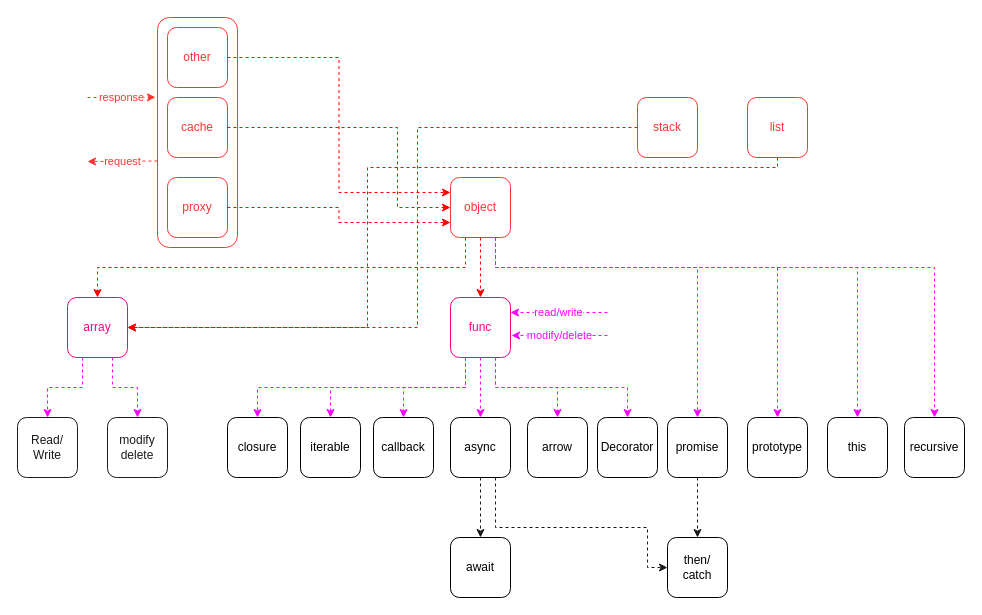
The draw.io diagram page "obj-mind-map" (4 of 7) of background-flutter/JS难点/Func/Arr/Obj.drawio in hexipei/draw.io, before the edit. Source tidied: cells renumbered, new cells numbered last; positions are measured from the earlier drawing's top-left corner, leaving out a move shared by most shapes. Both pictures are drawn from the tidied source at 100%, with x=0, y=0 at pixel (17, 17).
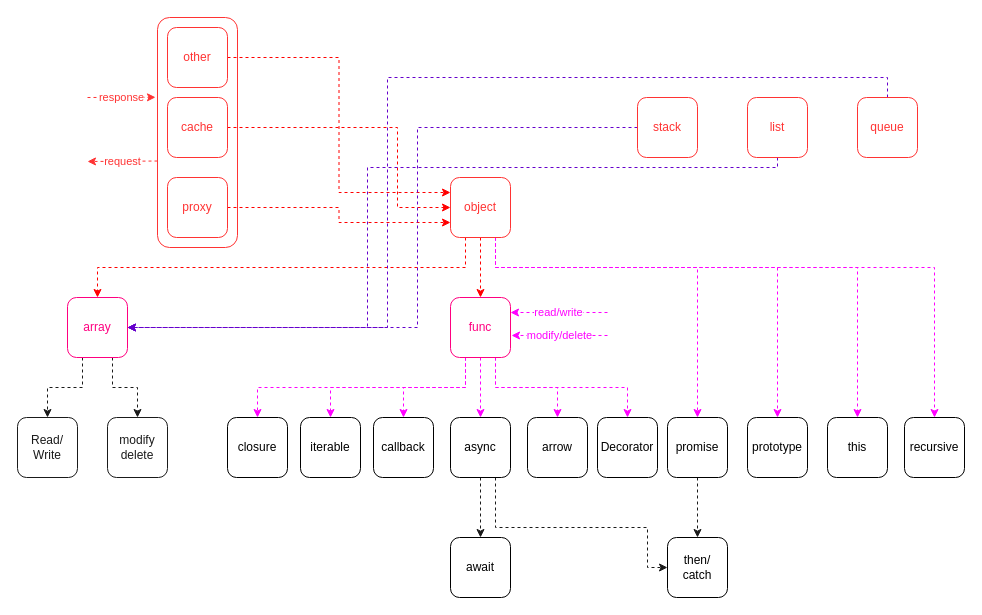
The same page after the edit.

The change refers to these unchanged cells:
```xml
<mxCell id="12" value="array" style="rounded=1;whiteSpace=wrap;html=1;fontColor=#FF0080;strokeColor=#FF0080;" parent="1" vertex="1">
  <mxGeometry x="50" y="280" width="60" height="60" as="geometry" />
</mxCell>
<mxCell id="43" value="stack" style="rounded=1;whiteSpace=wrap;html=1;strokeColor=#FF3333;fontColor=#FF3333;" parent="1" vertex="1">
  <mxGeometry x="620" y="80" width="60" height="60" as="geometry" />
</mxCell>
<mxCell id="45" value="list" style="rounded=1;whiteSpace=wrap;html=1;strokeColor=#FF3333;fontColor=#FF3333;" parent="1" vertex="1">
  <mxGeometry x="730" y="80" width="60" height="60" as="geometry" />
</mxCell>
<mxCell id="47" value="Read/&lt;br&gt;Write" style="rounded=1;whiteSpace=wrap;html=1;fontColor=#1A1A1A;strokeColor=#1A1A1A;" parent="1" vertex="1">
  <mxGeometry y="400" width="60" height="60" as="geometry" />
</mxCell>
<mxCell id="48" value="modify&lt;br&gt;delete" style="rounded=1;whiteSpace=wrap;html=1;fontColor=#1A1A1A;strokeColor=#1A1A1A;" parent="1" vertex="1">
  <mxGeometry x="90" y="400" width="60" height="60" as="geometry" />
</mxCell>
```

Diff of the diagram source:
```diff
@@
-    <mxCell id="10" style="edgeStyle=orthogonalEdgeStyle;rounded=0;jettySize=auto;html=1;exitX=0.25;exitY=1;exitDx=0;exitDy=0;entryX=0.5;entryY=0;entryDx=0;entryDy=0;dashed=1;strokeColor=#FF00FF;fontColor=#FF00FF;" parent="1" edge="1" source="12" target="47">
+    <mxCell id="10" style="edgeStyle=orthogonalEdgeStyle;rounded=0;jettySize=auto;html=1;exitX=0.25;exitY=1;exitDx=0;exitDy=0;entryX=0.5;entryY=0;entryDx=0;entryDy=0;dashed=1;strokeColor=#1A1A1A;fontColor=#1A1A1A;" parent="1" edge="1" source="12" target="47">
       <mxGeometry relative="1" as="geometry" />
     </mxCell>
-    <mxCell id="11" style="edgeStyle=orthogonalEdgeStyle;rounded=0;jettySize=auto;html=1;exitX=0.75;exitY=1;exitDx=0;exitDy=0;entryX=0.5;entryY=0;entryDx=0;entryDy=0;dashed=1;strokeColor=#FF00FF;fontColor=#FF00FF;" parent="1" edge="1" source="12" target="48">
+    <mxCell id="11" style="edgeStyle=orthogonalEdgeStyle;rounded=0;jettySize=auto;html=1;exitX=0.75;exitY=1;exitDx=0;exitDy=0;entryX=0.5;entryY=0;entryDx=0;entryDy=0;dashed=1;strokeColor=#1A1A1A;fontColor=#1A1A1A;" parent="1" edge="1" source="12" target="48">
       <mxGeometry relative="1" as="geometry" />
     </mxCell>
@@
-    <mxCell id="42" style="edgeStyle=orthogonalEdgeStyle;rounded=0;jettySize=auto;html=1;exitX=0;exitY=0.5;exitDx=0;exitDy=0;entryX=1;entryY=0.5;entryDx=0;entryDy=0;dashed=1;strokeColor=#FF0000;fontColor=#FF3333;" parent="1" edge="1" source="43" target="12">
+    <mxCell id="42" style="edgeStyle=orthogonalEdgeStyle;rounded=0;jettySize=auto;html=1;exitX=0;exitY=0.5;exitDx=0;exitDy=0;entryX=1;entryY=0.5;entryDx=0;entryDy=0;dashed=1;strokeColor=#6600CC;fontColor=#6600CC;" parent="1" edge="1" source="43" target="12">
       <mxGeometry relative="1" as="geometry">
         <Array as="points">
           <mxPoint x="400" y="110" />
           <mxPoint x="400" y="310" />
         </Array>
       </mxGeometry>
     </mxCell>
@@
-    <mxCell id="44" style="edgeStyle=orthogonalEdgeStyle;rounded=0;jettySize=auto;html=1;exitX=0.5;exitY=1;exitDx=0;exitDy=0;entryX=1;entryY=0.5;entryDx=0;entryDy=0;dashed=1;strokeColor=#FF0000;fontColor=#FF3333;" parent="1" edge="1" source="45" target="12">
+    <mxCell id="44" style="edgeStyle=orthogonalEdgeStyle;rounded=0;jettySize=auto;html=1;exitX=0.5;exitY=1;exitDx=0;exitDy=0;entryX=1;entryY=0.5;entryDx=0;entryDy=0;dashed=1;strokeColor=#6600CC;fontColor=#9933FF;" parent="1" edge="1" source="45" target="12">
       <mxGeometry relative="1" as="geometry">
         <Array as="points">
           <mxPoint x="760" y="150" />
           <mxPoint x="350" y="150" />
           <mxPoint x="350" y="310" />
         </Array>
       </mxGeometry>
     </mxCell>
@@
+    <mxCell id="51" style="edgeStyle=orthogonalEdgeStyle;rounded=0;jettySize=auto;html=1;exitX=0.5;exitY=0;exitDx=0;exitDy=0;entryX=1;entryY=0.5;entryDx=0;entryDy=0;dashed=1;strokeColor=#6600CC;fontColor=#6600CC;" parent="1" edge="1" source="52" target="12">
+      <mxGeometry relative="1" as="geometry">
+        <Array as="points">
+          <mxPoint x="870" y="60" />
+          <mxPoint x="370" y="60" />
+          <mxPoint x="370" y="310" />
+        </Array>
+      </mxGeometry>
+    </mxCell>
+    <mxCell id="52" value="queue" style="rounded=1;whiteSpace=wrap;html=1;strokeColor=#FF3333;fontColor=#FF3333;" parent="1" vertex="1">
+      <mxGeometry x="840" y="80" width="60" height="60" as="geometry" />
+    </mxCell>
```
